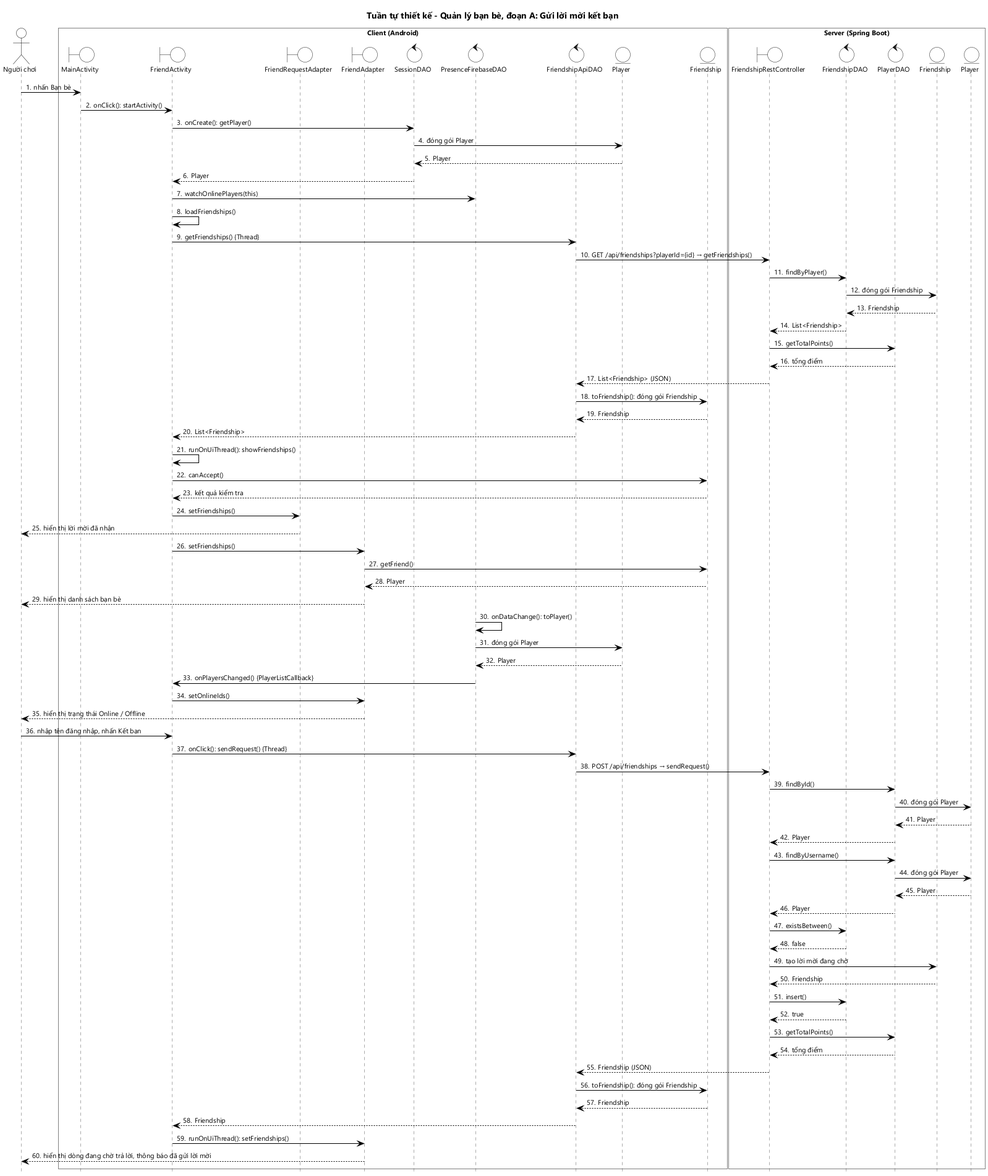
The PlantUML diagram docs/hung/tuan-tu-thiet-ke-uc07a.png in HungNguyenBa1811/math-dash, before a commit.
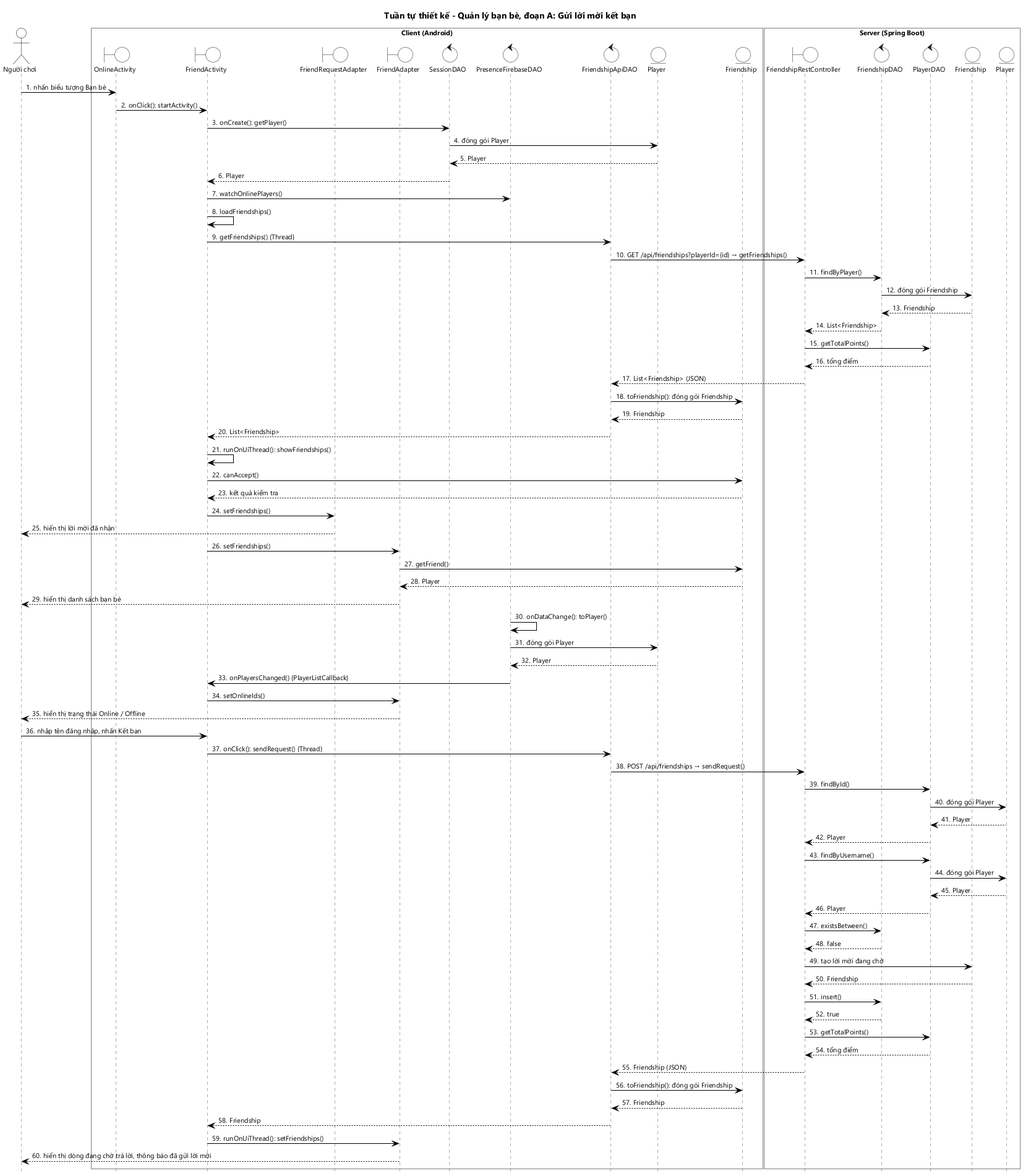
The same file after the commit.

Change to the diagram source:
```diff
@@ -4,7 +4,7 @@
 
 actor "Người chơi" as U
 box "Client (Android)" #FFFFFF
-boundary MainActivity as MA
+boundary OnlineActivity as OA
 boundary FriendActivity as FA
 boundary FriendRequestAdapter as FRA
 boundary FriendAdapter as FAD
@@ -22,13 +22,13 @@
 entity "Player" as SP
 end box
 
-U -> MA : nhấn Bạn bè
-MA -> FA : onClick(): startActivity()
+U -> OA : nhấn biểu tượng Bạn bè
+OA -> FA : onClick(): startActivity()
 FA -> SD : onCreate(): getPlayer()
 SD -> P : đóng gói Player
 P --> SD : Player
 SD --> FA : Player
-FA -> PFD : watchOnlinePlayers(this)
+FA -> PFD : watchOnlinePlayers()
 FA -> FA : loadFriendships()
 FA -> FSAD : getFriendships() {Thread}
 FSAD -> FRC : GET /api/friendships?playerId={id} → getFriendships()
```
